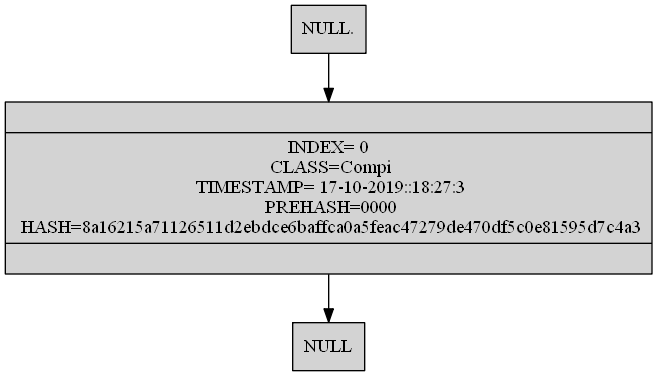
Earlier version of the Graphviz export [EDD]P2_201701133/ListaDobleBlock.png (SelvinLP/EDD_2S2019_P2_201701133). Its source is kept beside it as [EDD]P2_201701133/ListaDobleBlock.dot.
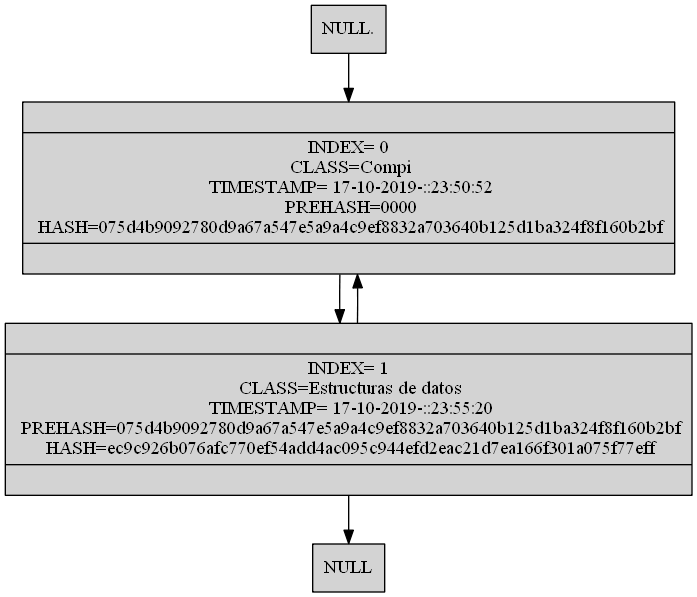
After the change.

The edit, as a diff of the source:
```diff
@@ -4,9 +4,10 @@
 node[shape=record,style=filled]
 "NULL" [shape=box]
 "NULL." [shape=box]
- "(Compi)"[label ="{| INDEX= 0\n CLASS=Compi\n TIMESTAMP= 17-10-2019::18:27:3\n PREHASH=0000\n HASH=8a16215a71126511d2ebdce6baffca0a5feac47279de470df5c0e81595d7c4a3| }"]
+ "(Compi)"[label ="{| INDEX= 0\n CLASS=Compi\n TIMESTAMP= 17-10-2019-::23:50:52\n PREHASH=0000\n HASH=075d4b9092780d9a67a547e5a9a4c9ef8832a703640b125d1ba324f8f160b2bf| }"]
+ "(Estructuras de datos)"[label ="{| INDEX= 1\n CLASS=Estructuras de datos\n TIMESTAMP= 17-10-2019-::23:55:20\n PREHASH=075d4b9092780d9a67a547e5a9a4c9ef8832a703640b125d1ba324f8f160b2bf\n HASH=ec9c926b076afc770ef54add4ac095c944efd2eac21d7ea166f301a075f77eff| }"]
 
-"NULL." ->  "(Compi)" -> "NULL"
- "(Compi)"[dir=back]
+"NULL." ->  "(Compi)" ->  "(Estructuras de datos)" -> "NULL"
+ "(Compi)" ->  "(Estructuras de datos)"[dir=back]
 
 }
```
